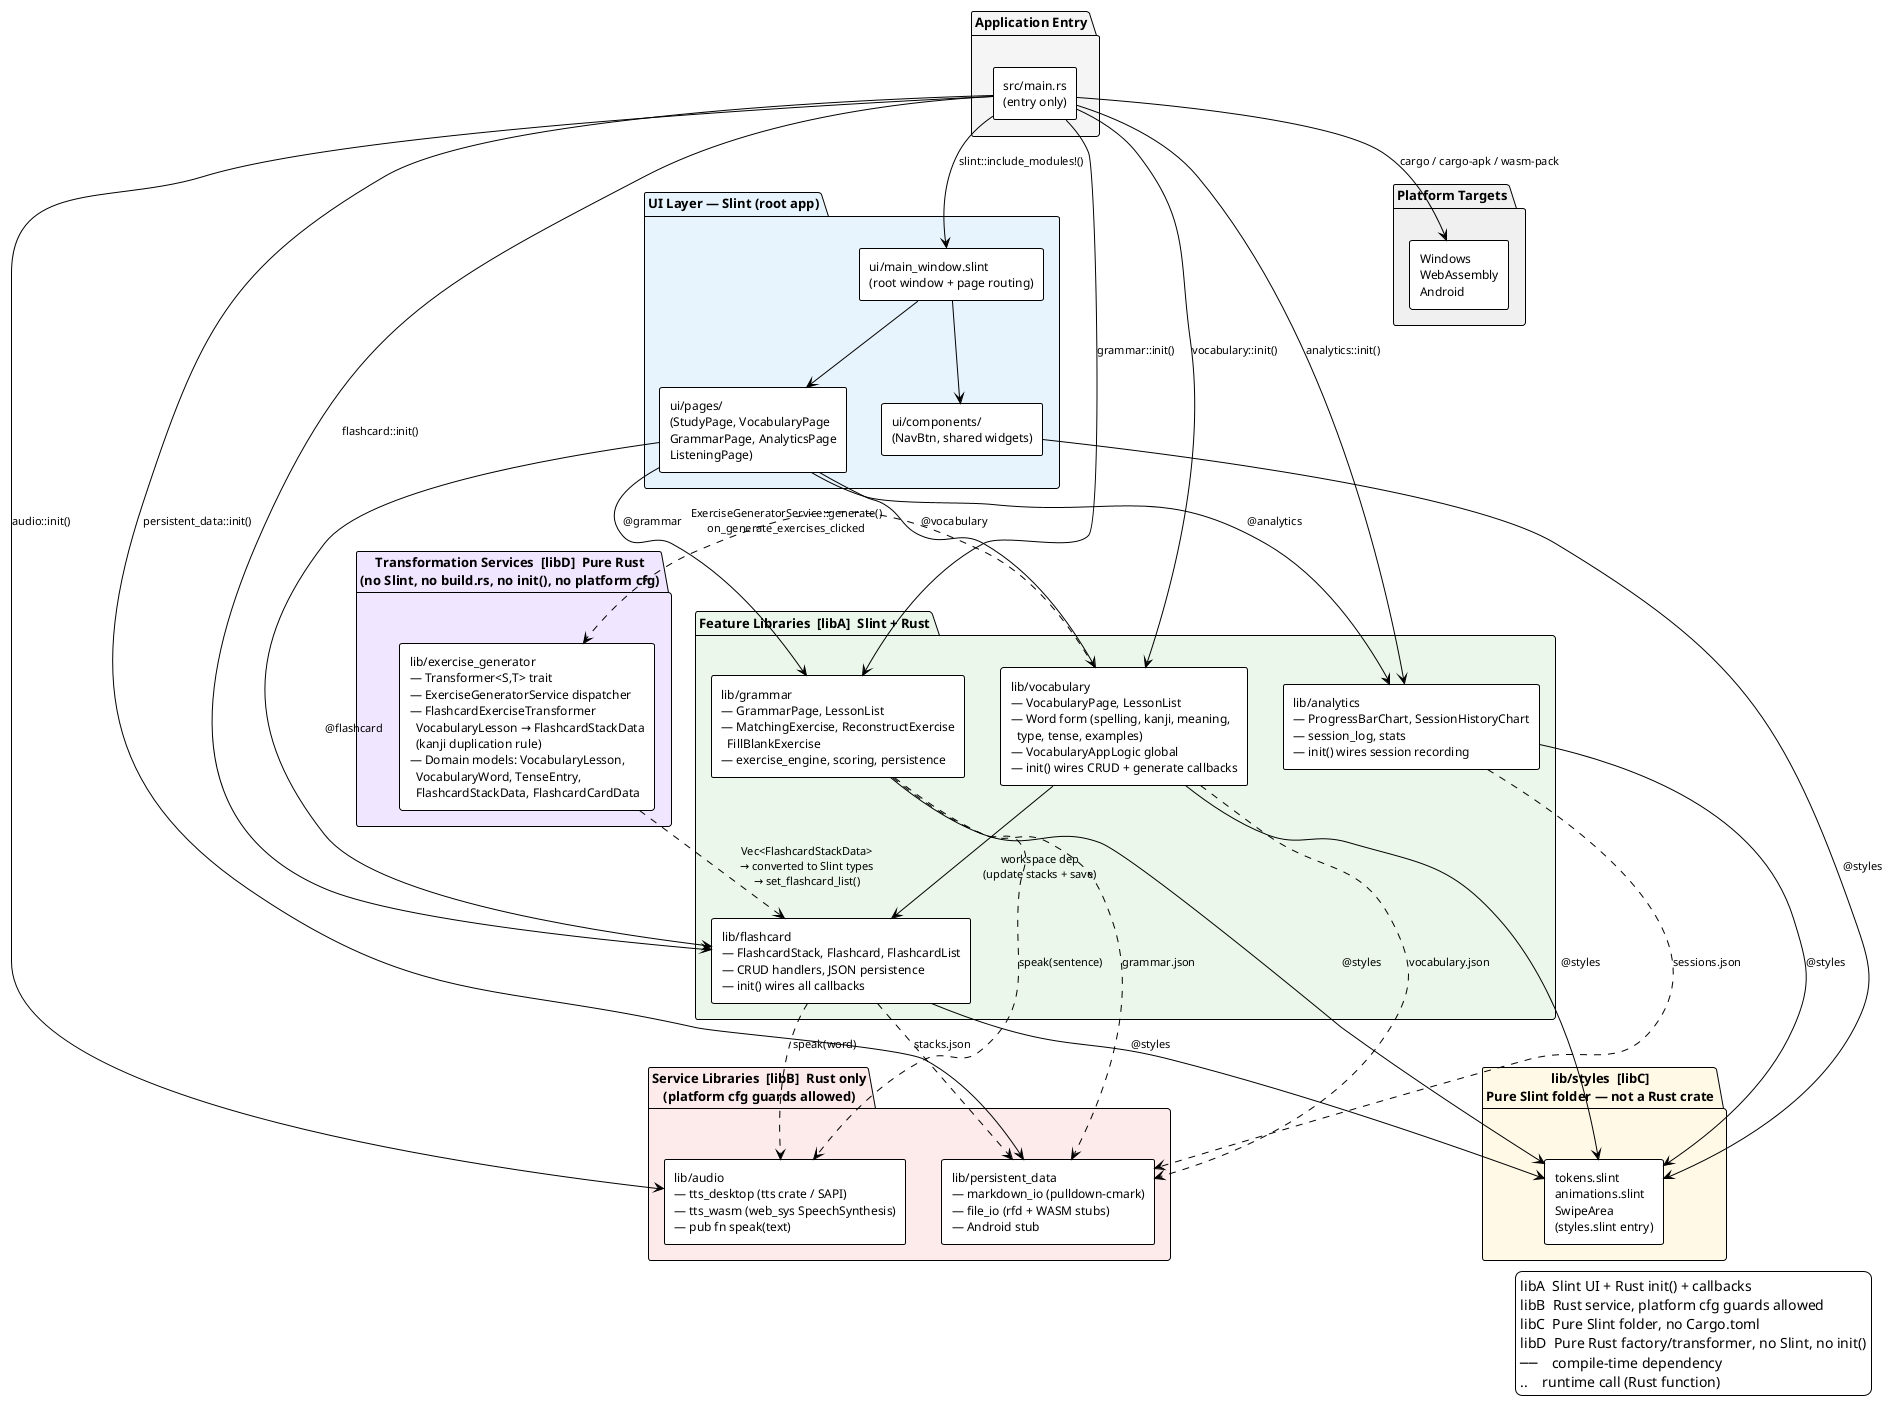
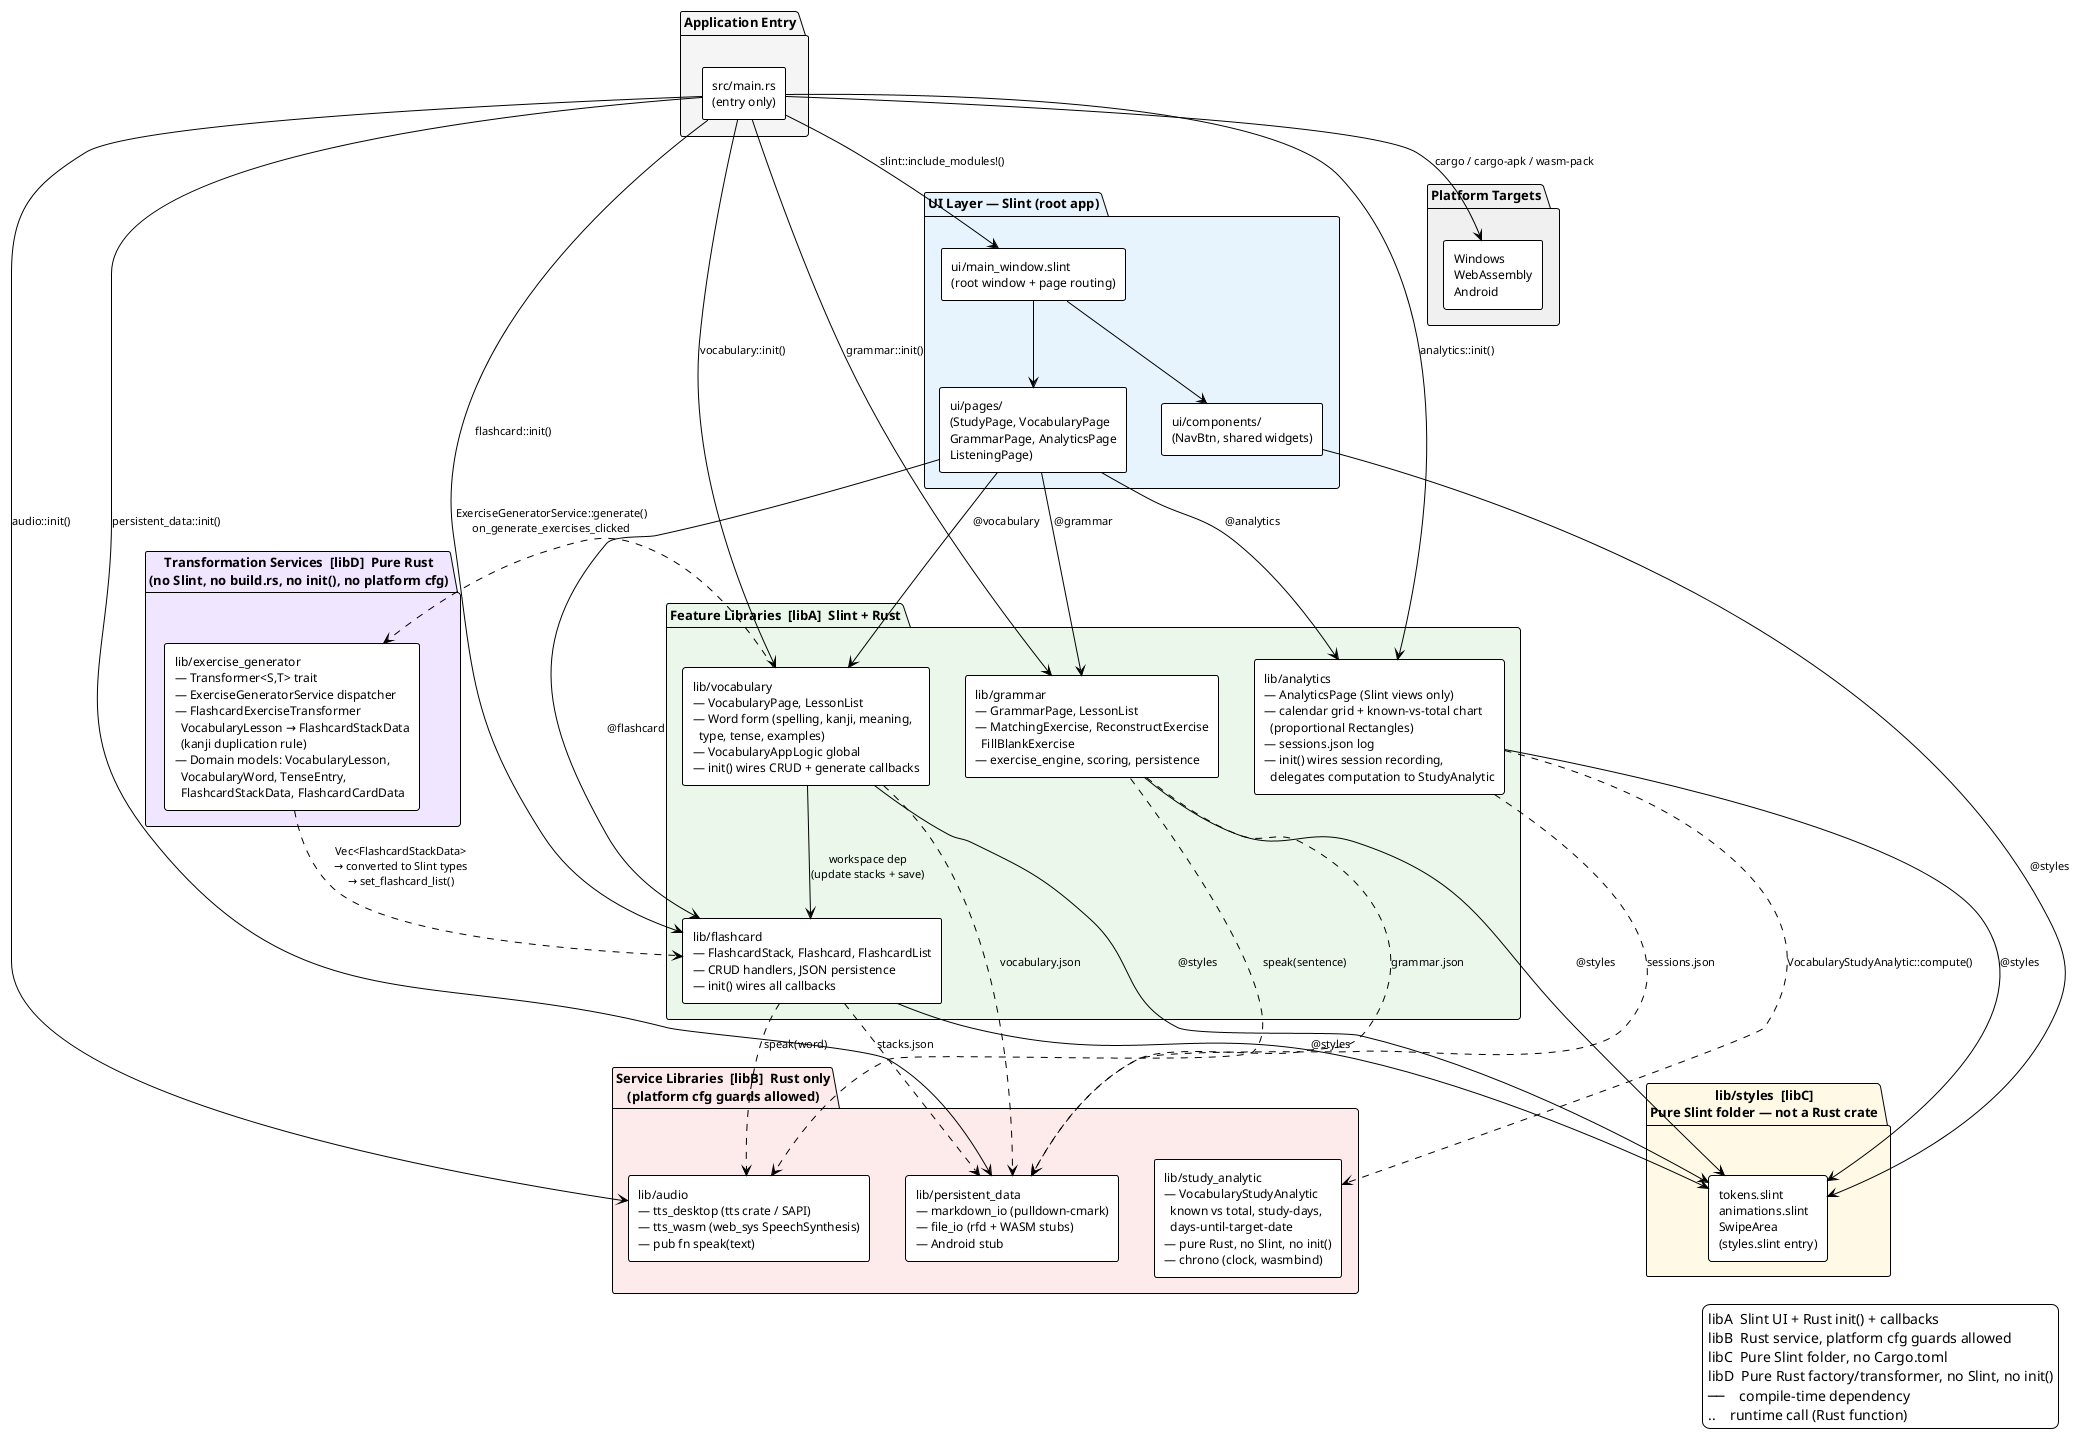
@startuml Japanese Learn — Architecture Overview
!theme plain
skinparam componentStyle rectangle
skinparam defaultFontSize 12
skinparam packageFontSize 13
skinparam arrowFontSize 11

' ─────────────────────────────────────────
' Application entry
' ─────────────────────────────────────────
package "Application Entry" #f5f5f5 {
    component "src/main.rs\n(entry only)" as Main
}

' ─────────────────────────────────────────
' Slint UI layer (root app)
' ─────────────────────────────────────────
package "UI Layer — Slint (root app)" #e8f4fd {
    component "ui/main_window.slint\n(root window + page routing)" as MainWindow
    component "ui/pages/\n(StudyPage, VocabularyPage\nGrammarPage, AnalyticsPage\nListeningPage)" as Pages
    component "ui/components/\n(NavBtn, shared widgets)" as UIComponents
}

' ─────────────────────────────────────────
' libC — Pure Slint design folder (no Rust)
' ─────────────────────────────────────────
package "lib/styles  [libC]\nPure Slint folder — not a Rust crate" #fff9e6 {
    component "tokens.slint\nanimations.slint\nSwipeArea\n(styles.slint entry)" as Styles
}

' ─────────────────────────────────────────
' libA — Feature libraries (Slint + Rust)
' ─────────────────────────────────────────
package "Feature Libraries  [libA]  Slint + Rust" #eaf7ea {
    component "lib/flashcard\n— FlashcardStack, Flashcard, FlashcardList\n— CRUD handlers, JSON persistence\n— init() wires all callbacks" as Flashcard
    component "lib/vocabulary\n— VocabularyPage, LessonList\n— Word form (spelling, kanji, meaning,\n  type, tense, examples)\n— VocabularyAppLogic global\n— init() wires CRUD + generate callbacks" as Vocabulary
    component "lib/grammar\n— GrammarPage, LessonList\n— MatchingExercise, ReconstructExercise\n  FillBlankExercise\n— exercise_engine, scoring, persistence" as Grammar
-     component "lib/analytics\n— ProgressBarChart, SessionHistoryChart\n— session_log, stats\n— init() wires session recording" as Analytics
+     component "lib/analytics\n— AnalyticsPage (Slint views only)\n— calendar grid + known-vs-total chart\n  (proportional Rectangles)\n— sessions.json log\n— init() wires session recording,\n  delegates computation to StudyAnalytic" as Analytics
}

' ─────────────────────────────────────────
' libB — Service libraries (Rust only, platform-specific allowed)
' ─────────────────────────────────────────
package "Service Libraries  [libB]  Rust only\n(platform cfg guards allowed)" #fdeaea {
    component "lib/persistent_data\n— markdown_io (pulldown-cmark)\n— file_io (rfd + WASM stubs)\n— Android stub" as PersistData
    component "lib/audio\n— tts_desktop (tts crate / SAPI)\n— tts_wasm (web_sys SpeechSynthesis)\n— pub fn speak(text)" as Audio
+     component "lib/study_analytic\n— VocabularyStudyAnalytic\n  known vs total, study-days,\n  days-until-target-date\n— pure Rust, no Slint, no init()\n— chrono (clock, wasmbind)" as StudyAnalytic
}

' ─────────────────────────────────────────
' libD — Data transformation service (pure Rust, no platform deps)
' ─────────────────────────────────────────
package "Transformation Services  [libD]  Pure Rust\n(no Slint, no build.rs, no init(), no platform cfg)" #f0e6ff {
    component "lib/exercise_generator\n— Transformer<S,T> trait\n— ExerciseGeneratorService dispatcher\n— FlashcardExerciseTransformer\n  VocabularyLesson → FlashcardStackData\n  (kanji duplication rule)\n— Domain models: VocabularyLesson,\n  VocabularyWord, TenseEntry,\n  FlashcardStackData, FlashcardCardData" as ExerciseGen
}

' ─────────────────────────────────────────
' Platform targets
' ─────────────────────────────────────────
package "Platform Targets" #f0f0f0 {
    component "Windows\nWebAssembly\nAndroid" as Platforms
}

' ─────────────────────────────────────────
' Relationships
' ─────────────────────────────────────────

' Entry wires everything
Main --> MainWindow      : slint::include_modules!()
Main --> Flashcard       : flashcard::init()
Main --> Vocabulary      : vocabulary::init()
Main --> Grammar         : grammar::init()
Main --> Analytics       : analytics::init()
Main --> PersistData     : persistent_data::init()
Main --> Audio           : audio::init()

' UI layer consumes libA Slint components
MainWindow --> Pages
MainWindow --> UIComponents
Pages --> Flashcard   : @flashcard
Pages --> Vocabulary  : @vocabulary
Pages --> Grammar     : @grammar
Pages --> Analytics   : @analytics

' All Slint consumers pull from styles (via with_library_paths in each client build.rs)
Flashcard   --> Styles : @styles
Vocabulary  --> Styles : @styles
Grammar     --> Styles : @styles
Analytics   --> Styles : @styles
UIComponents --> Styles : @styles

' Service dependencies (Rust calls, not Slint)
Flashcard  ..> PersistData : stacks.json
Grammar    ..> PersistData : grammar.json
Analytics  ..> PersistData : sessions.json
Vocabulary ..> PersistData : vocabulary.json
Flashcard  ..> Audio       : speak(word)
Grammar    ..> Audio       : speak(sentence)
+ Analytics  ..> StudyAnalytic : VocabularyStudyAnalytic::compute()

' libA cross-dependency: vocabulary writes generated stacks into flashcard state
Vocabulary --> Flashcard   : workspace dep\n(update stacks + save)

' libD called from libA Rust backend (on-demand, not Slint-wired)
Vocabulary ..> ExerciseGen : ExerciseGeneratorService::generate()\non_generate_exercises_clicked

' libD output flows into libA state (via Slint type conversion in vocabulary's lib.rs)
ExerciseGen ..> Flashcard  : Vec<FlashcardStackData>\n→ converted to Slint types\n→ set_flashcard_list()

' Platform
Main --> Platforms : cargo / cargo-apk / wasm-pack

' ─────────────────────────────────────────
' Legend
' ─────────────────────────────────────────
legend right
  libA  Slint UI + Rust init() + callbacks
  libB  Rust service, platform cfg guards allowed
  libC  Pure Slint folder, no Cargo.toml
  libD  Pure Rust factory/transformer, no Slint, no init()
  ──    compile-time dependency
  ..    runtime call (Rust function)
endlegend

@enduml
